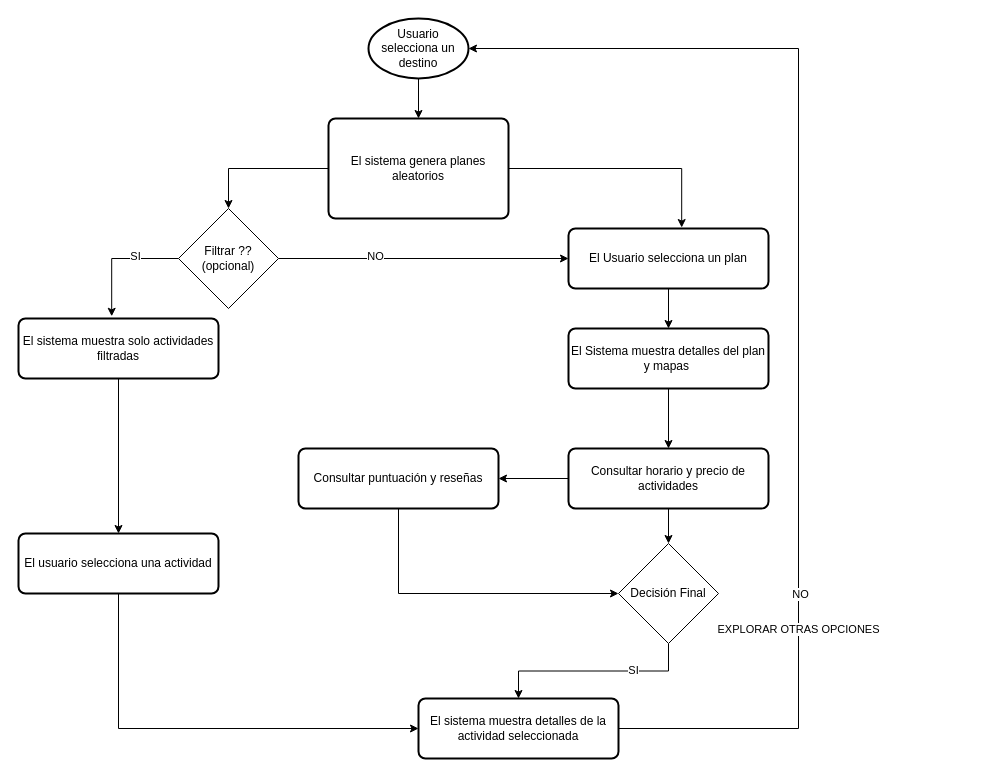
Above: docs/Diagramas/diagramadeflujo.drawio in carcisa/PFG_CarmenCiscar (draw.io), before the change. Source tidied: cells renumbered, new cells numbered last; positions are measured from the earlier drawing's top-left corner, leaving out a move shared by most shapes. Both pictures are drawn from the tidied source at 100%, with x=0, y=0 at pixel (18, 18).
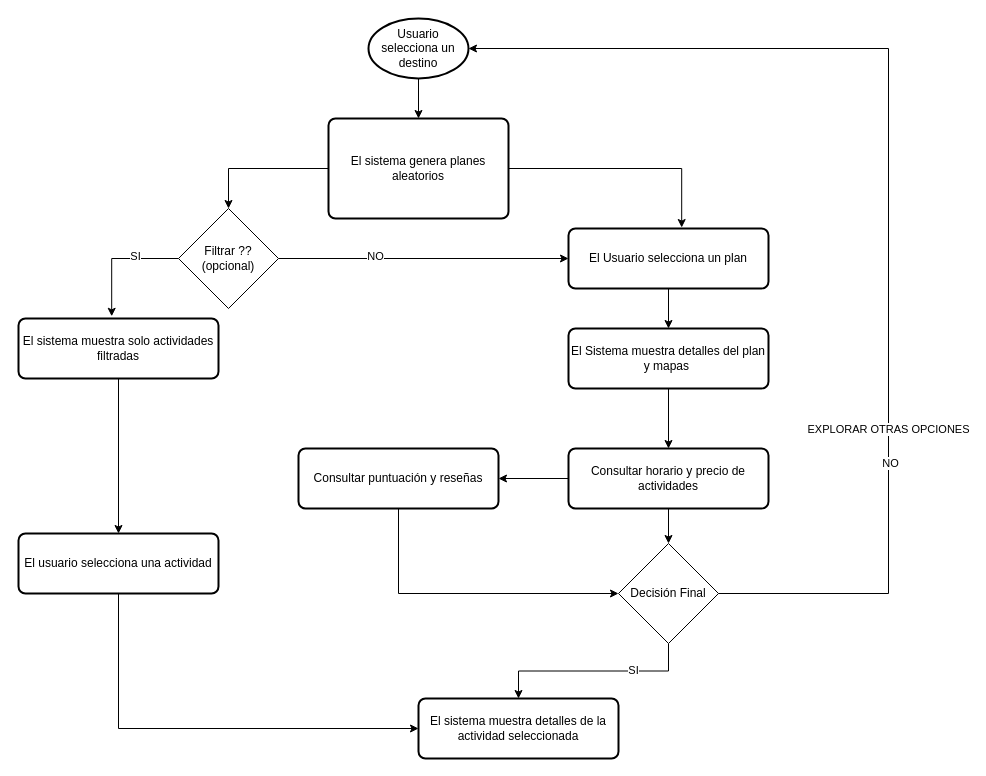
After the change.

The change refers to these unchanged cells:
```xml
<mxCell id="3" value="Usuario selecciona un destino" style="strokeWidth=2;html=1;shape=mxgraph.flowchart.start_1;whiteSpace=wrap;" parent="1" vertex="1">
  <mxGeometry x="350" width="100" height="60" as="geometry" />
</mxCell>
<mxCell id="16" value="El sistema muestra detalles de la actividad seleccionada" style="rounded=1;whiteSpace=wrap;html=1;absoluteArcSize=1;arcSize=14;strokeWidth=2;" parent="1" vertex="1">
  <mxGeometry x="400" y="680" width="200" height="60" as="geometry" />
</mxCell>
<mxCell id="21" value="Decisión Final" style="rhombus;whiteSpace=wrap;html=1;" parent="1" vertex="1">
  <mxGeometry x="600" y="525" width="100" height="100" as="geometry" />
</mxCell>
```

Change to the diagram source:
```diff
@@
-    <mxCell id="29" style="edgeStyle=orthogonalEdgeStyle;rounded=0;jettySize=auto;html=1;exitX=1;exitY=0.5;exitDx=0;exitDy=0;entryX=1;entryY=0.5;entryDx=0;entryDy=0;entryPerimeter=0;" parent="1" edge="1" source="16" target="3">
+    <mxCell id="29" style="edgeStyle=orthogonalEdgeStyle;rounded=0;jettySize=auto;html=1;exitX=1;exitY=0.5;exitDx=0;exitDy=0;entryX=1;entryY=0.5;entryDx=0;entryDy=0;entryPerimeter=0;" parent="1" edge="1" source="21" target="3">
       <mxGeometry relative="1" as="geometry">
         <Array as="points">
-          <mxPoint x="780" y="710" />
-          <mxPoint x="780" y="30" />
+          <mxPoint x="870" y="575" />
+          <mxPoint x="870" y="30" />
         </Array>
       </mxGeometry>
     </mxCell>
@@
     <mxCell id="31" value="EXPLORAR OTRAS OPCIONES" style="edgeLabel;html=1;align=center;verticalAlign=middle;" parent="29" vertex="1">
-      <mxGeometry x="-0.53" y="1" relative="1" as="geometry" />
+      <mxGeometry x="-0.53" y="1" relative="1" as="geometry">
+        <mxPoint y="-68" as="offset" />
+      </mxGeometry>
     </mxCell>
```
